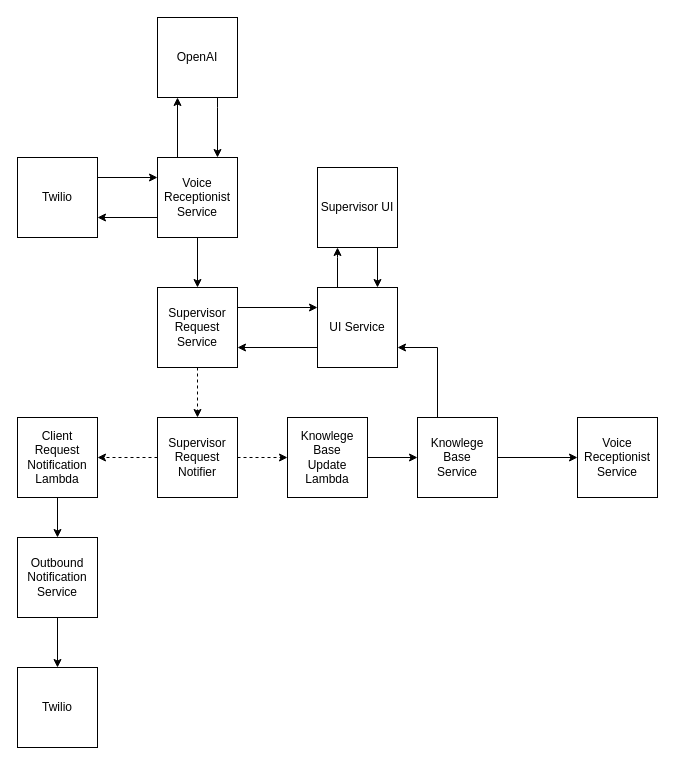
tjha/human-supervisor keeps this draw.io diagram as page "HLD" (1 of 2) of Designs/diagrams/human-supervisor-hld.drawio. Above is the earlier version. Source tidied: cells renumbered, new cells numbered last; positions are measured from the earlier drawing's top-left corner, leaving out a move shared by most shapes. Both pictures are drawn from the tidied source at 100%, with x=0, y=0 at pixel (17, 17).
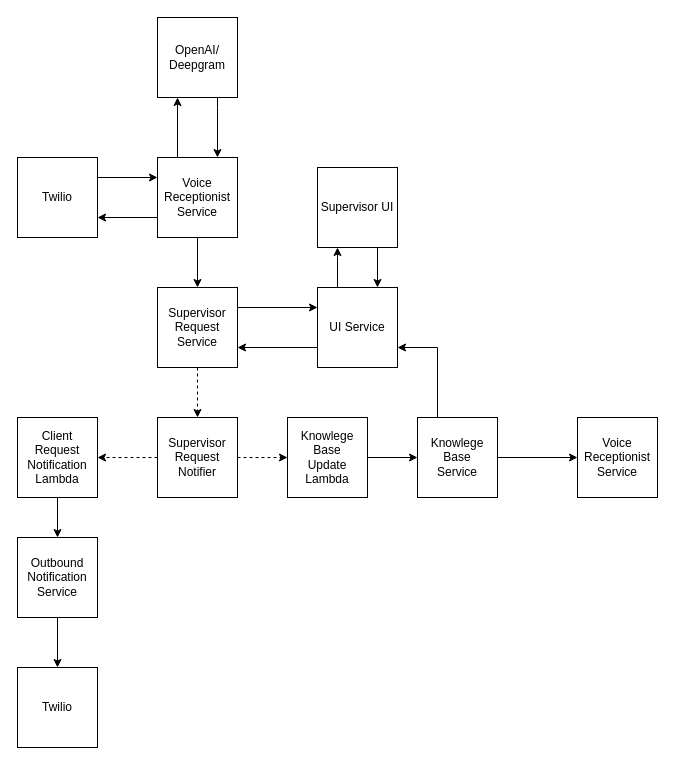
The same page after the edit.

What changed in the source:
```diff
@@
-    <mxCell id="19" value="OpenAI" style="whiteSpace=wrap;html=1;" parent="1" vertex="1">
+    <mxCell id="19" value="OpenAI/&lt;div&gt;Deepgram&lt;/div&gt;" style="whiteSpace=wrap;html=1;" parent="1" vertex="1">
       <mxGeometry x="140" width="80" height="80" as="geometry" />
     </mxCell>
```
